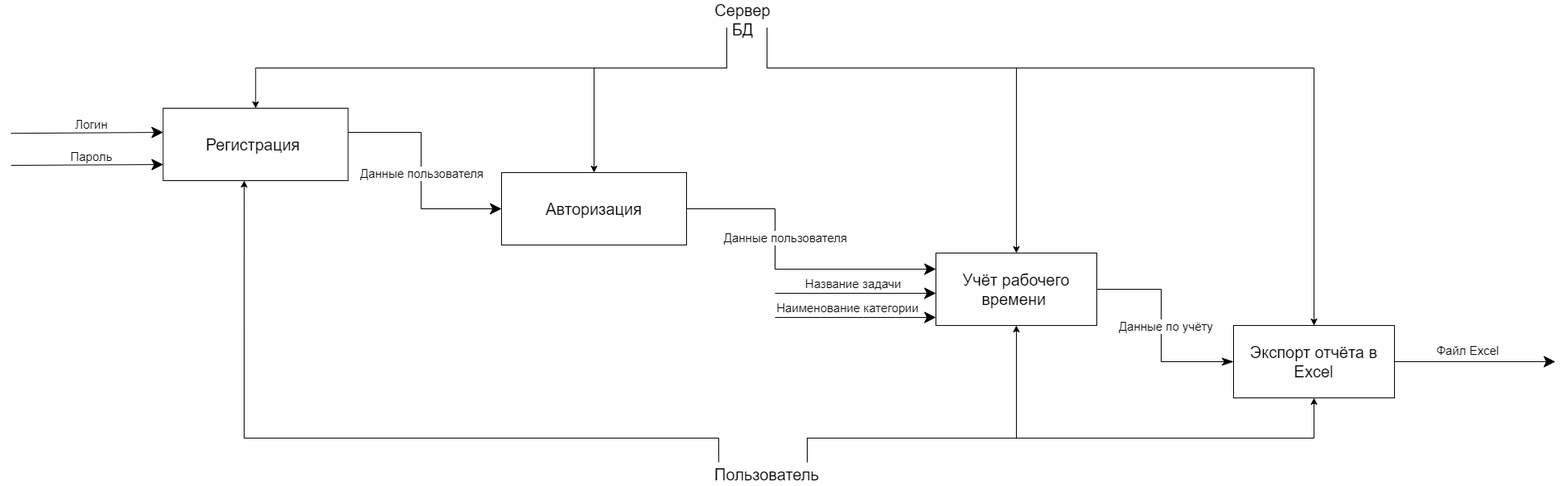
MgrDim/Time-tracking-app-project keeps this draw.io diagram as Функциональная диаграмма.png. Above is the earlier version. Source tidied: cells renumbered, new cells last; positions are measured from the earlier drawing's top-left corner, leaving out a move shared by most shapes.
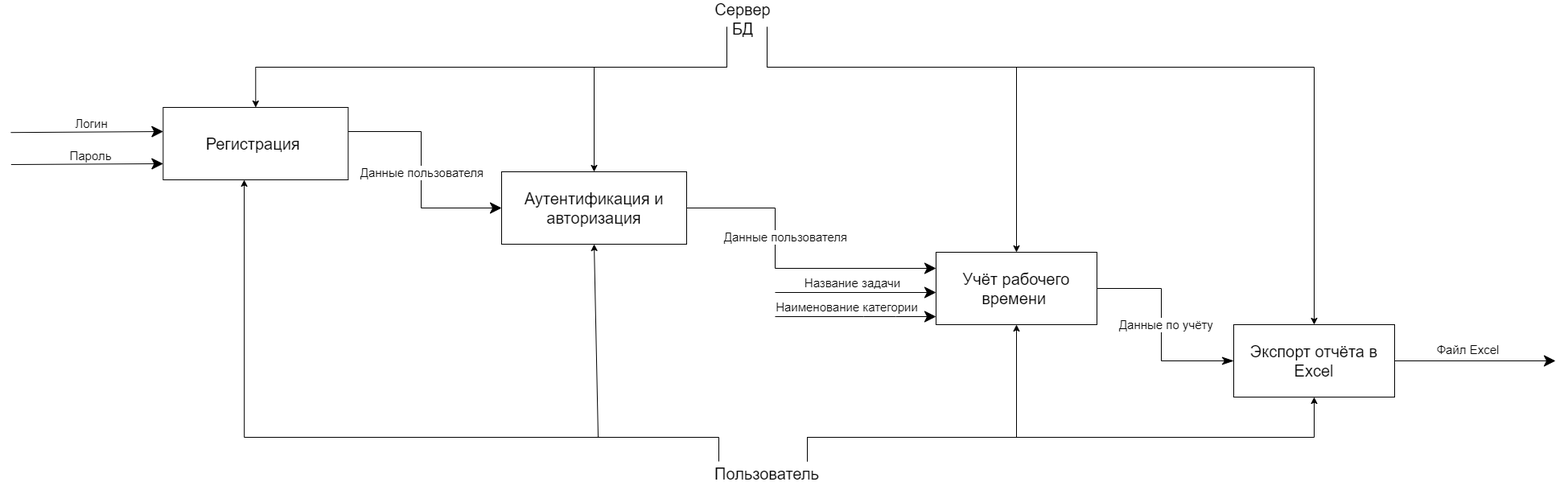
After the commit.

The edit, as a diff of the source:
```diff
@@ -24,7 +24,7 @@
         <mxPoint x="7" y="-7" as="offset" />
       </mxGeometry>
     </mxCell>
-    <mxCell id="6" value="&lt;font style=&quot;font-size: 20px;&quot;&gt;Авторизация&lt;/font&gt;" style="html=1;whiteSpace=wrap;" parent="1" vertex="1">
+    <mxCell id="6" value="&lt;font style=&quot;font-size: 20px;&quot;&gt;Аутентификация и авторизация&lt;/font&gt;" style="html=1;whiteSpace=wrap;" parent="1" vertex="1">
       <mxGeometry x="610" y="200" width="230" height="90" as="geometry" />
     </mxCell>
     <mxCell id="7" style="endArrow=classic;endFill=1;endSize=12;html=1;rounded=0;exitX=1;exitY=0.5;exitDx=0;exitDy=0;entryX=0;entryY=0.5;entryDx=0;entryDy=0;" parent="1" edge="1" target="6">
@@ -189,5 +189,10 @@
         <mxPoint x="15" y="32" as="offset" />
       </mxGeometry>
     </mxCell>
+    <mxCell id="31" style="endArrow=classic;html=1;rounded=0;entryX=0.5;entryY=1;entryDx=0;entryDy=0;" parent="1" edge="1" target="6">
+      <mxGeometry relative="1" as="geometry">
+        <mxPoint x="730" y="530" as="sourcePoint" />
+      </mxGeometry>
+    </mxCell>
   </root>
 </mxGraphModel>
```
